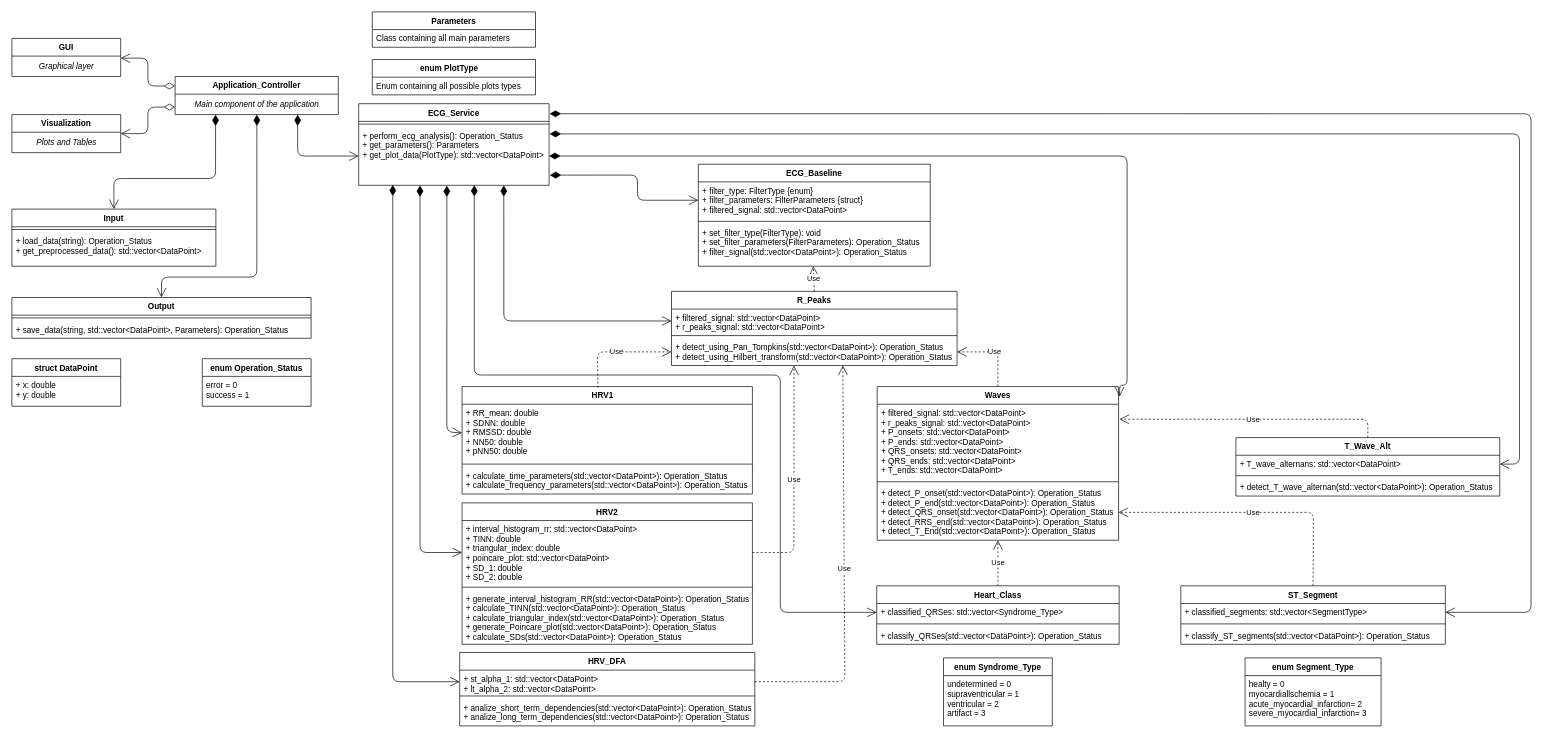
Above: Heart Plotter/doc/class_diagram.drawio in kacpermilan/Heart-Plotter (draw.io), before the change. Source tidied: cells renumbered, new cells numbered last; positions are measured from the earlier drawing's top-left corner, leaving out a move shared by most shapes. Both pictures are drawn from the tidied source at 68%, with x=0, y=0 at pixel (12, 12).
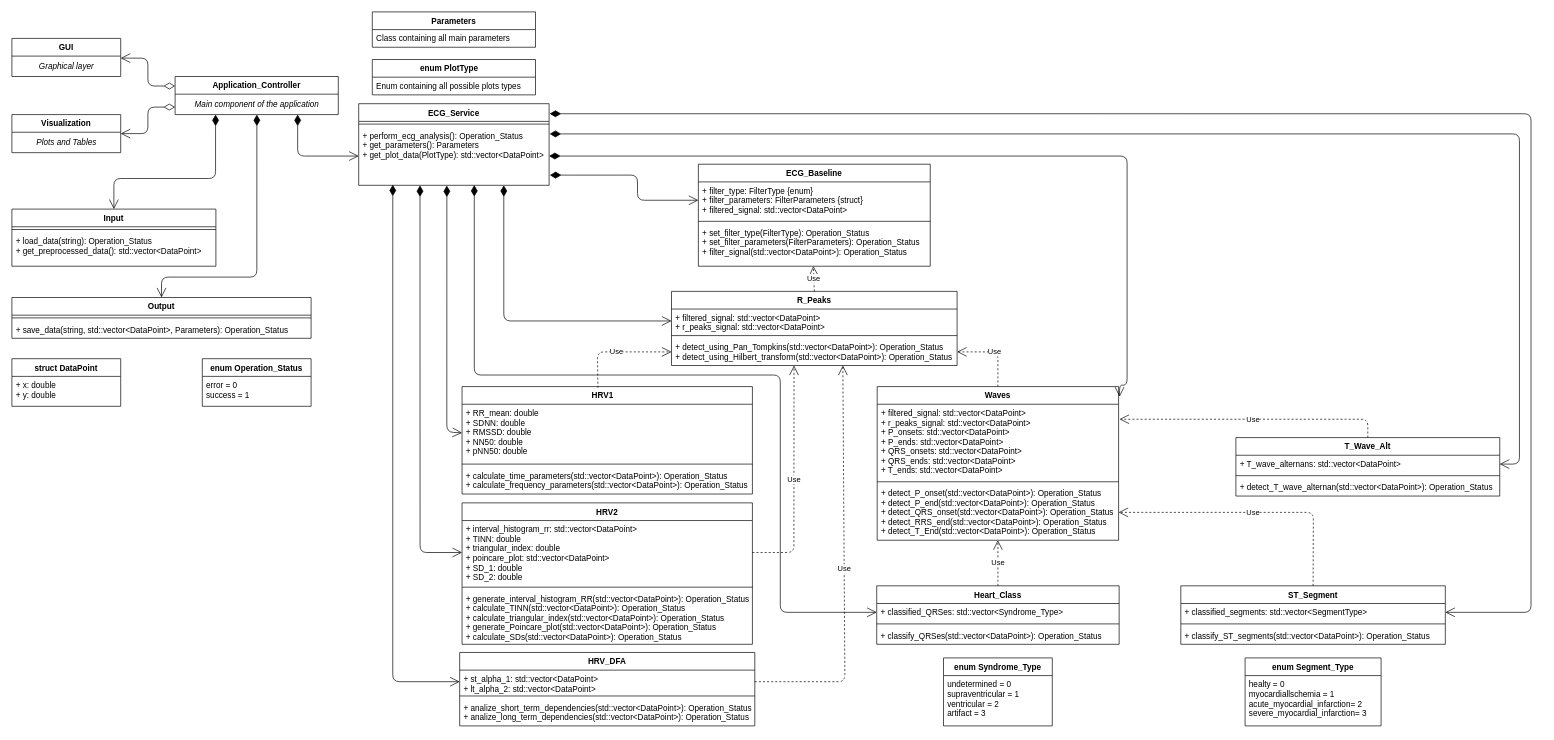
After the change.

Commit message:
doc: class diagram v3

The change refers to these unchanged cells:
```xml
<mxCell id="2" value="ECG_Baseline" style="swimlane;fontStyle=1;align=center;verticalAlign=top;horizontal=1;startSize=26;" parent="1" vertex="1">
  <mxGeometry x="1009.5" y="224" width="341" height="150" as="geometry" />
</mxCell>
```

Change to the diagram source:
```diff
@@
-    <mxCell id="5" value="+ set_filter_type(FilterType): void&#10;+ set_filter_parameters(FilterParameters): Operation_Status&#10;+ filter_signal(std::vector&lt;DataPoint&gt;): Operation_Status" style="text;strokeColor=none;fillColor=none;align=left;verticalAlign=top;spacingLeft=4;spacingRight=4;overflow=hidden;points=[[0,0.5],[1,0.5]];portConstraint=eastwest;" parent="2" vertex="1">
+    <mxCell id="5" value="+ set_filter_type(FilterType): Operation_Status&#10;+ set_filter_parameters(FilterParameters): Operation_Status&#10;+ filter_signal(std::vector&lt;DataPoint&gt;): Operation_Status" style="text;strokeColor=none;fillColor=none;align=left;verticalAlign=top;spacingLeft=4;spacingRight=4;overflow=hidden;points=[[0,0.5],[1,0.5]];portConstraint=eastwest;" parent="2" vertex="1">
       <mxGeometry y="88" width="341" height="62" as="geometry" />
     </mxCell>
```
